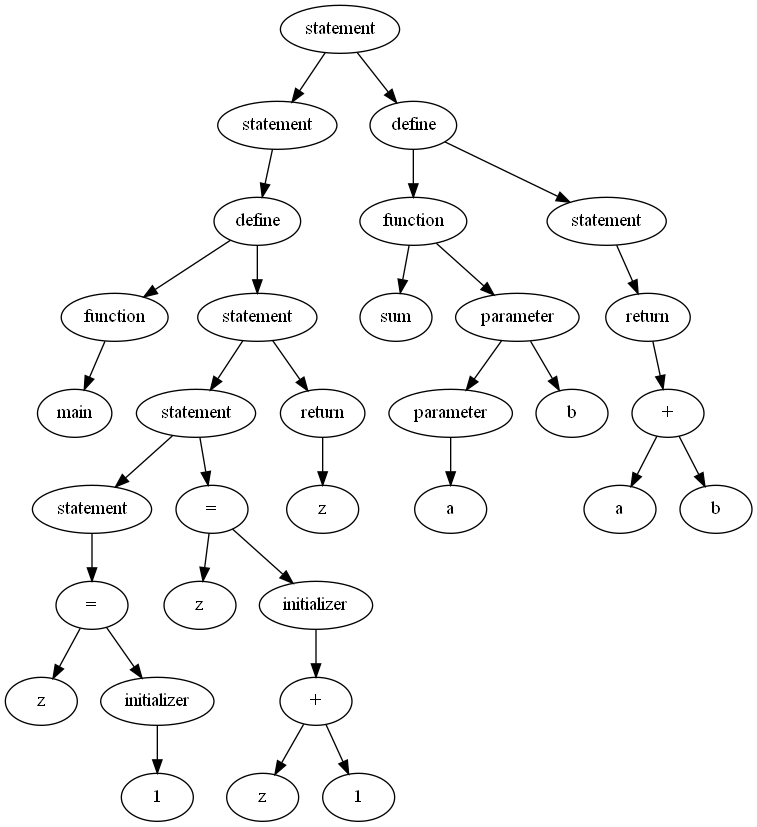
Above: russkie_alga!/parse.png in matmuher/flip-flop (Graphviz), before the change. Its source is kept beside it as russkie_alga!/parse.dot.
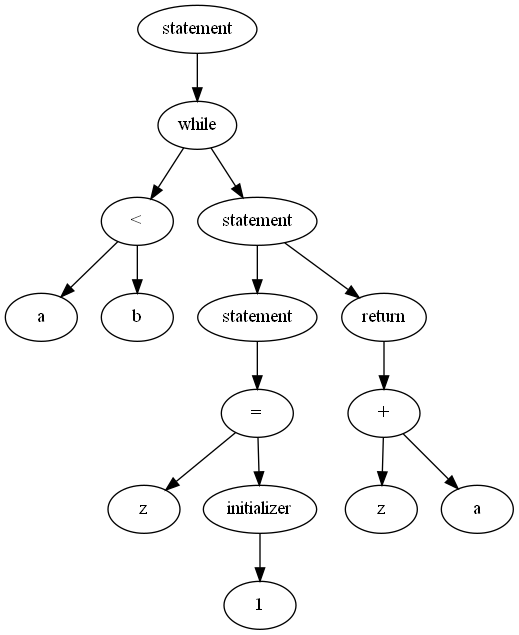
After the change.

Commit message:
+while && cmp assemblying

Diff of the diagram source:
```diff
@@ -1,65 +1,31 @@
 digraph G {
-A00CC6DC8 [label = "statement"];
-A00CC6DC8 -> A00CC25D0;
-A00CC6DC8 -> A00CC7050;
-A00CC25D0 [label = "statement"];
-A00CC25D0 -> A00CC6E70;
-A00CC6E70 [label = "define"];
-A00CC6E70 -> A00CC6E10;
-A00CC6E70 -> A00CC6EB8;
-A00CC6E10 [label = "function"];
-A00CC6E10 -> A00CC2600;
-A00CC2600 [label = "main"];
-A00CC6EB8 [label = "statement"];
-A00CC6EB8 -> A00CC0568;
-A00CC6EB8 -> A00CC6E40;
-A00CC0568 [label = "statement"];
-A00CC0568 -> A00CC04B0;
-A00CC0568 -> A00CC6E58;
-A00CC04B0 [label = "statement"];
-A00CC04B0 -> A00CC0550;
-A00CC0550 [label = "="];
-A00CC0550 -> A00CC04E0;
-A00CC0550 -> A00CC0520;
-A00CC04E0 [label = "z"];
-A00CC0520 [label = "initializer"];
-A00CC0520 -> A00CC0508;
-A00CC0508 [label = "1"];
-A00CC6E58 [label = "="];
-A00CC6E58 -> A00CC0598;
-A00CC6E58 -> A00CC6DB0;
-A00CC0598 [label = "z"];
-A00CC6DB0 [label = "initializer"];
-A00CC6DB0 -> A00CC2658;
-A00CC2658 [label = "+"];
-A00CC2658 -> A00CC2628;
-A00CC2658 -> A00CC2640;
-A00CC2628 [label = "z"];
-A00CC2640 [label = "1"];
-A00CC6E40 [label = "return"];
-A00CC6E40 -> A00CC6F30;
-A00CC6F30 [label = "z"];
-A00CC7050 [label = "define"];
-A00CC7050 -> A00CC70B0;
-A00CC7050 -> A00CC6F18;
-A00CC70B0 [label = "function"];
-A00CC70B0 -> A00CC6EA0;
-A00CC70B0 -> A00CC6D98;
-A00CC6EA0 [label = "sum"];
-A00CC6D98 [label = "parameter"];
-A00CC6D98 -> A00CC6DF8;
-A00CC6D98 -> A00CC6F00;
-A00CC6DF8 [label = "parameter"];
-A00CC6DF8 -> A00CC6F60;
-A00CC6F60 [label = "a"];
-A00CC6F00 [label = "b"];
-A00CC6F18 [label = "statement"];
-A00CC6F18 -> A00CC71A0;
-A00CC71A0 [label = "return"];
-A00CC71A0 -> A00CC7230;
-A00CC7230 [label = "+"];
-A00CC7230 -> A00CC7260;
-A00CC7230 -> A00CC7248;
-A00CC7260 [label = "a"];
-A00CC7248 [label = "b"];
+A00752468 [label = "statement"];
+A00752468 -> A00756D88;
+A00756D88 [label = "while"];
+A00756D88 -> A00753560;
+A00756D88 -> A00753650;
+A00753560 [label = "<"];
+A00753560 -> A00752498;
+A00753560 -> A007524C0;
+A00752498 [label = "a"];
+A007524C0 [label = "b"];
+A00753650 [label = "statement"];
+A00753650 -> A00753578;
+A00753650 -> A00756C80;
+A00753578 [label = "statement"];
+A00753578 -> A00753628;
+A00753628 [label = "="];
+A00753628 -> A007535A8;
+A00753628 -> A007535F8;
+A007535A8 [label = "z"];
+A007535F8 [label = "initializer"];
+A007535F8 -> A007535D0;
+A007535D0 [label = "1"];
+A00756C80 [label = "return"];
+A00756C80 -> A007504C0;
+A007504C0 [label = "+"];
+A007504C0 -> A00753680;
+A007504C0 -> A007536A8;
+A00753680 [label = "z"];
+A007536A8 [label = "a"];
 }
```
